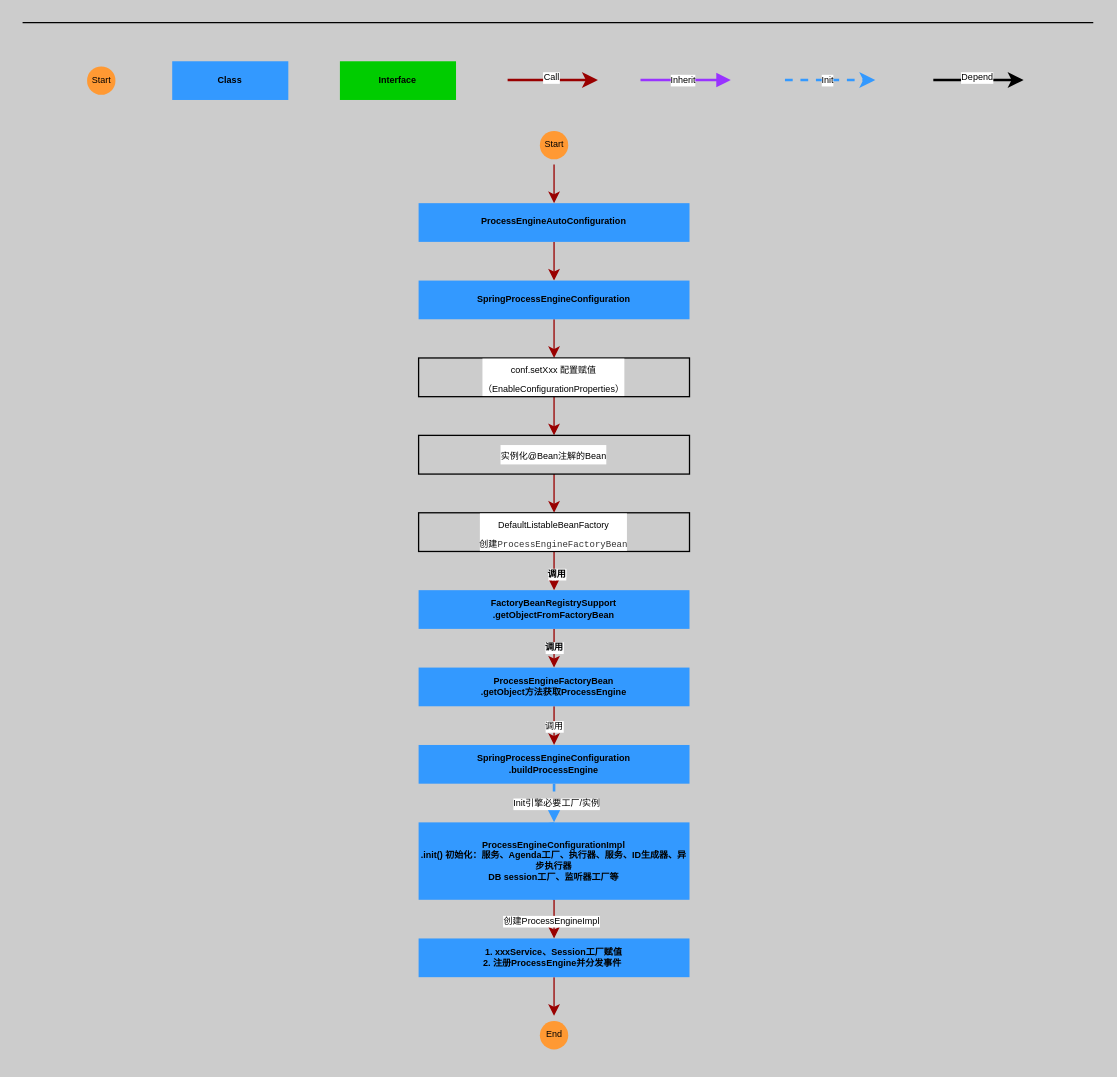
Before: page "引擎启动" (1 of 2) of reader/Untitled Diagram.drawio in Y-lenny/Activiti, a draw.io diagram. Source tidied: cells renumbered, new cells numbered last; positions are measured from the earlier drawing's top-left corner, leaving out a move shared by most shapes. Both pictures are drawn from the tidied source at 129%, with x=0, y=0 at pixel (22, 22).
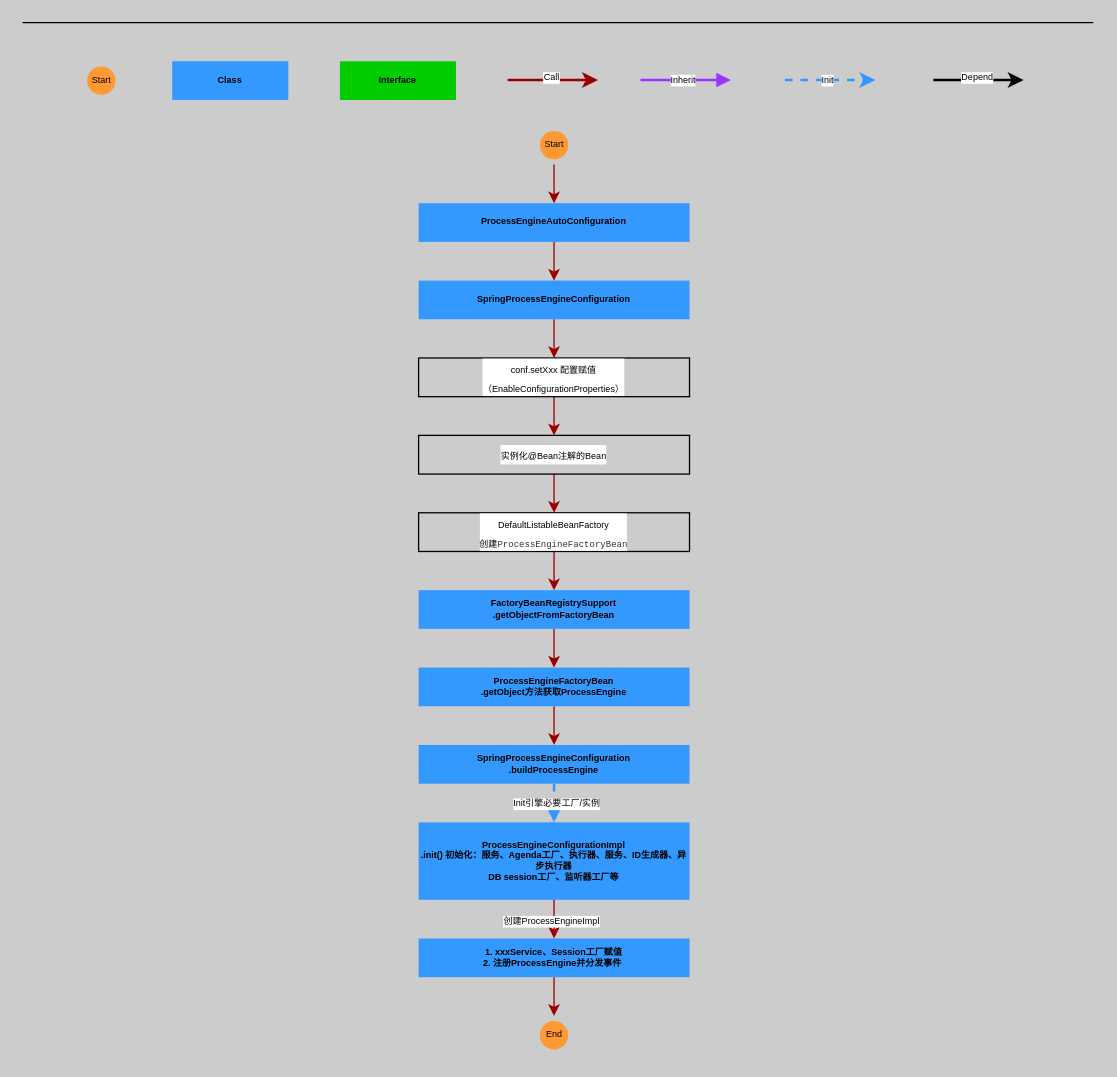
The same page after the edit.

Unchanged cells that the change refers to:
```xml
<mxCell id="24" style="edgeStyle=orthogonalEdgeStyle;rounded=0;jettySize=auto;html=1;fontSize=7;fontColor=#000000;strokeColor=#990000;" parent="1" edge="1" source="26" target="28">
  <mxGeometry relative="1" as="geometry" />
</mxCell>
<mxCell id="28" value="FactoryBeanRegistrySupport&#10;.getObjectFromFactoryBean" style="whiteSpace=wrap;align=center;verticalAlign=middle;fontStyle=1;strokeWidth=3;fillColor=#3399FF;strokeColor=none;fontSize=7;" parent="1" vertex="1">
  <mxGeometry x="307" y="440" width="210" height="30" as="geometry" />
</mxCell>
<mxCell id="29" style="edgeStyle=orthogonalEdgeStyle;rounded=0;jettySize=auto;html=1;fontSize=7;fontColor=#000000;strokeColor=#990000;" parent="1" edge="1" source="31" target="32">
  <mxGeometry relative="1" as="geometry" />
</mxCell>
<mxCell id="31" value="ProcessEngineFactoryBean&#10;.getObject方法获取ProcessEngine" style="whiteSpace=wrap;align=center;verticalAlign=middle;fontStyle=1;strokeWidth=3;fillColor=#3399FF;strokeColor=none;fontSize=7;" parent="1" vertex="1">
  <mxGeometry x="307" y="500" width="210" height="30" as="geometry" />
</mxCell>
```

Diff of the diagram source:
```diff
@@
-    <mxCell id="25" value="&lt;span style=&quot;font-weight: 700 ; background-color: rgb(248 , 249 , 250)&quot;&gt;调用&lt;/span&gt;" style="edgeLabel;html=1;align=center;verticalAlign=middle;fontSize=7;fontColor=#000000;" parent="24" vertex="1">
-      <mxGeometry x="-0.4" y="1" relative="1" as="geometry">
-        <mxPoint y="2" as="offset" />
-      </mxGeometry>
-    </mxCell>
@@
-    <mxCell id="27" value="&lt;span style=&quot;font-weight: 700 ; background-color: rgb(248 , 249 , 250)&quot;&gt;调用&lt;/span&gt;" style="edgeStyle=orthogonalEdgeStyle;rounded=0;jettySize=auto;html=1;fontSize=7;fontColor=#000000;strokeColor=#990000;" parent="1" edge="1" source="28" target="31">
+    <mxCell id="27" style="edgeStyle=orthogonalEdgeStyle;rounded=0;jettySize=auto;html=1;fontSize=7;fontColor=#000000;strokeColor=#990000;" parent="1" edge="1" source="28" target="31">
       <mxGeometry relative="1" as="geometry" />
     </mxCell>
@@
-    <mxCell id="30" value="调用" style="edgeLabel;html=1;align=center;verticalAlign=middle;fontSize=7;fontColor=#000000;" parent="29" vertex="1">
-      <mxGeometry x="-0.4" y="-1" relative="1" as="geometry" />
-    </mxCell>
```
